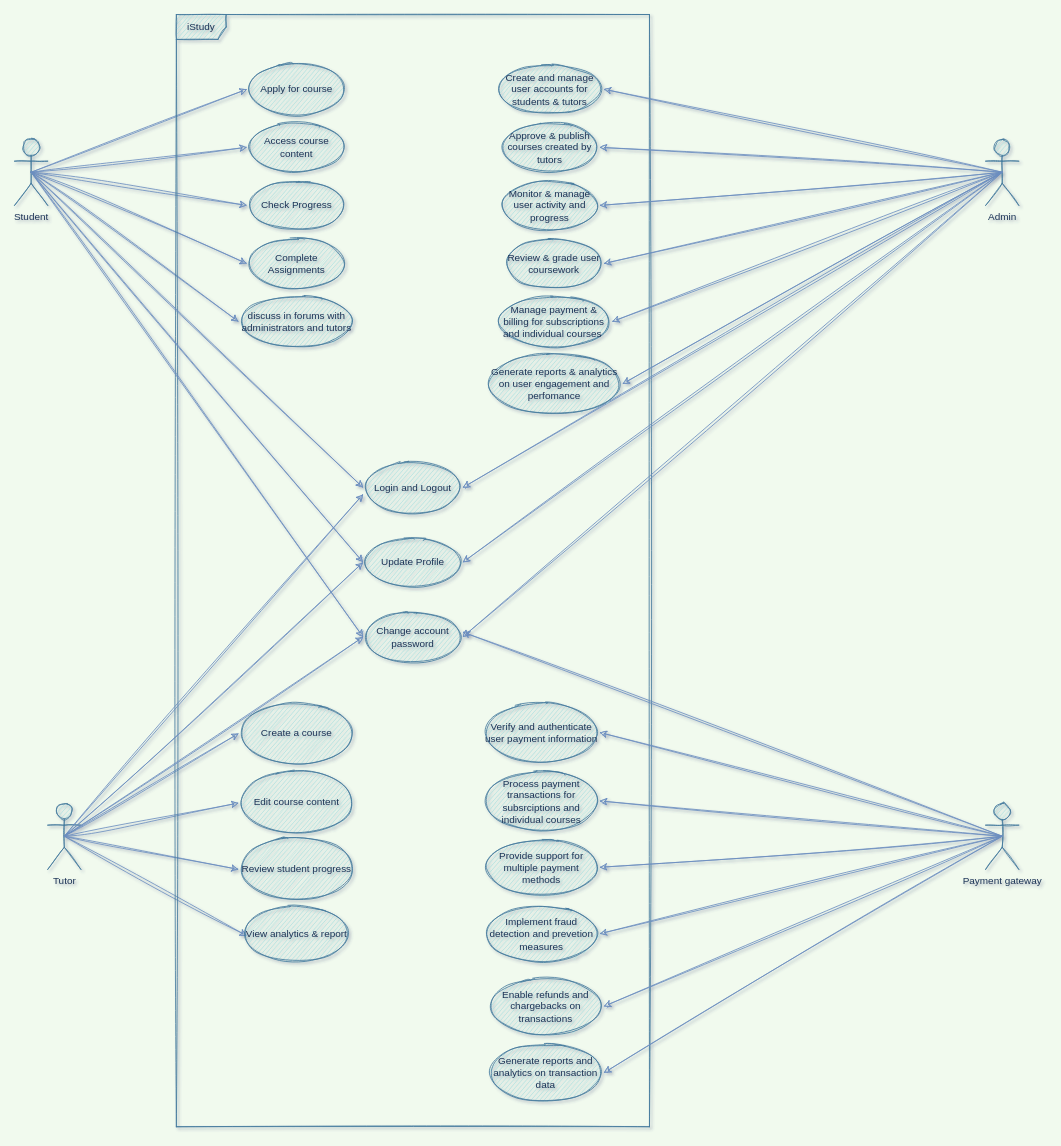
Earlier version of the draw.io diagram page "Page-1" (1 of 2) of iStudy.drawio (DevCheesard/DevCheesard). Source tidied: cells renumbered, new cells numbered last; positions are measured from the earlier drawing's top-left corner, leaving out a move shared by most shapes. Both pictures are drawn from the tidied source at 83%, with x=0, y=0 at pixel (14, 14).
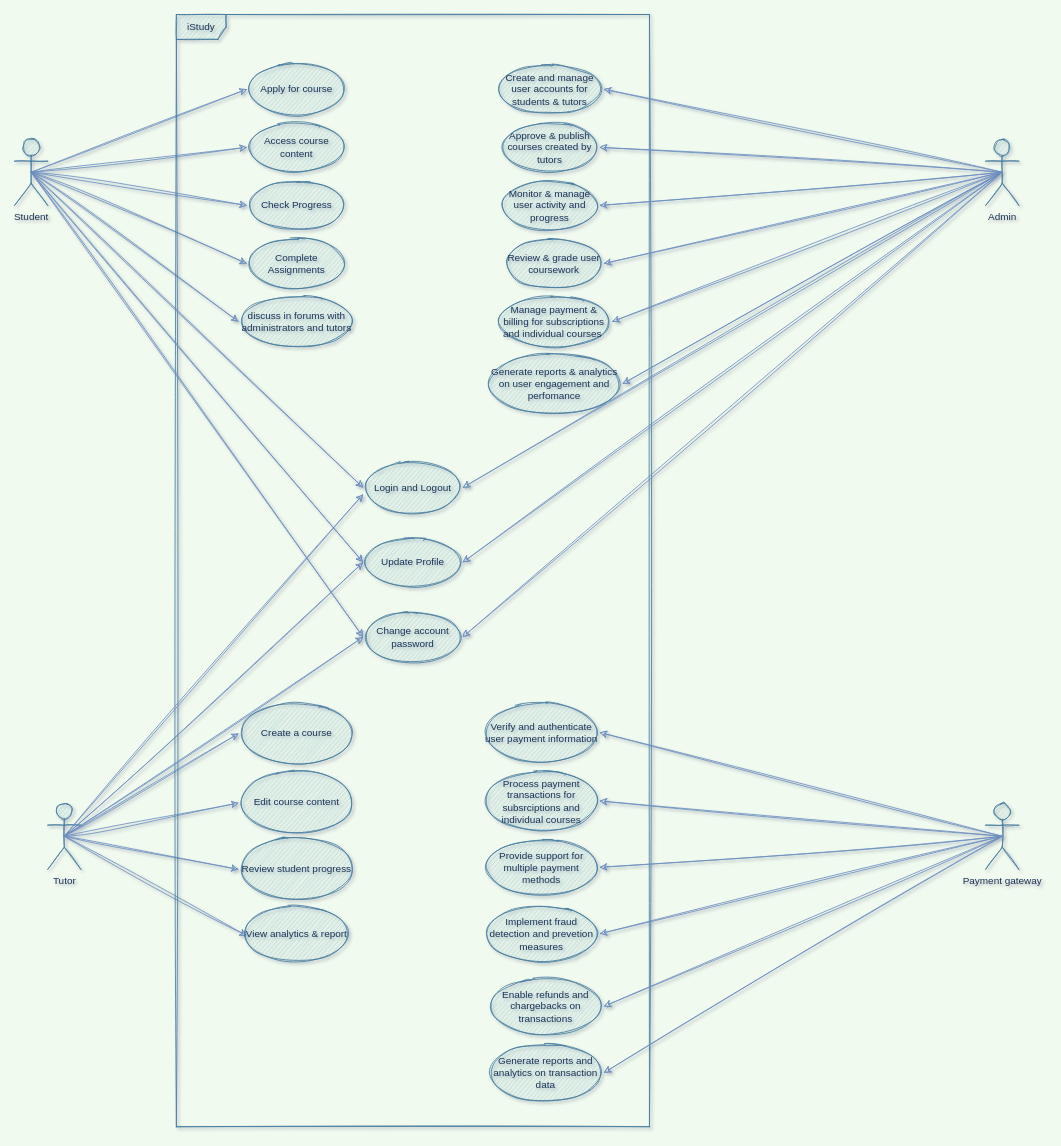
After the change.

Unchanged cells that the change refers to:
```xml
<mxCell id="2" style="group;" parent="1" vertex="1">
  <mxGeometry width="1210" height="1340" as="geometry" />
</mxCell>
<mxCell id="9" value="Payment gateway&lt;br&gt;" style="shape=umlActor;verticalLabelPosition=bottom;verticalAlign=top;html=1;outlineConnect=0;strokeColor=#457B9D;fontFamily=Helvetica;fontSize=12;fontColor=#1D3557;fillColor=#A8DADC;rounded=0;sketch=1;" parent="2" vertex="1">
  <mxGeometry x="1170" y="950" width="40" height="80" as="geometry" />
</mxCell>
<mxCell id="47" value="Change account password" style="ellipse;whiteSpace=wrap;html=1;fillColor=#A8DADC;strokeColor=#457B9D;fontColor=#1D3557;rounded=0;sketch=1;" parent="2" vertex="1">
  <mxGeometry x="420" y="720" width="120" height="60" as="geometry" />
</mxCell>
```

Diff of the diagram source:
```diff
@@
-    <mxCell id="51" style="edgeStyle=none;shape=connector;rounded=0;sketch=1;hachureGap=4;jiggle=2;jettySize=auto;html=1;exitX=0.5;exitY=0.5;exitDx=0;exitDy=0;exitPerimeter=0;entryX=1;entryY=0.4;entryDx=0;entryDy=0;entryPerimeter=0;labelBackgroundColor=default;strokeColor=#6c8ebf;fontFamily=Architects Daughter;fontSize=16;fontColor=default;endArrow=classic;fillColor=#dae8fc;" parent="2" edge="1" source="9" target="47">
-      <mxGeometry relative="1" as="geometry" />
-    </mxCell>
```
